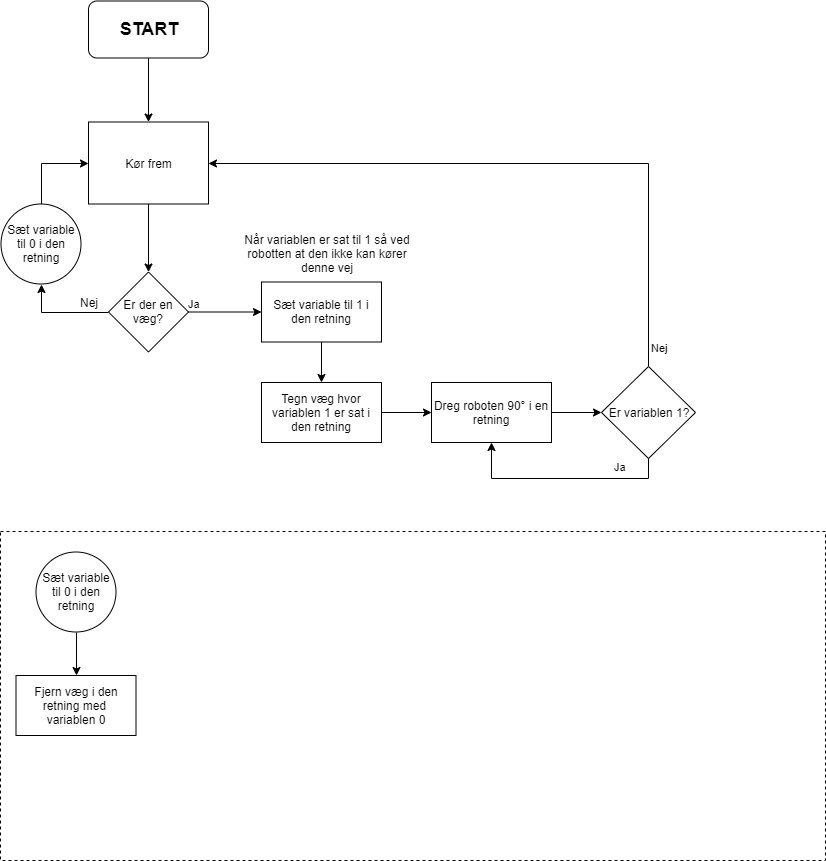
Above: img/EV3 - Weak AI Advanced.png in kasp470f/EV3-MazeAI (draw.io), before the change. Source tidied: cells renumbered, new cells last; positions are measured from the earlier drawing's top-left corner, leaving out a move shared by most shapes.
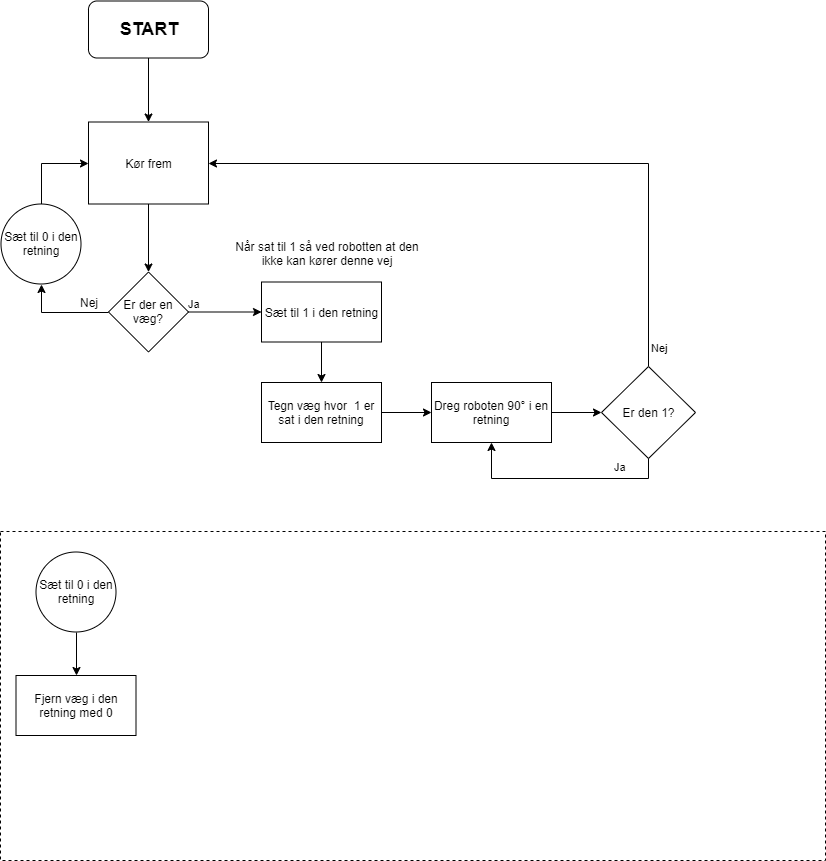
The same file after the commit.

What changed in the source:
```diff
@@ -39,13 +39,13 @@
     <mxCell id="12" style="edgeStyle=orthogonalEdgeStyle;rounded=0;jettySize=auto;html=1;" parent="1" edge="1" source="13" target="11">
       <mxGeometry relative="1" as="geometry" />
     </mxCell>
-    <mxCell id="13" value="Tegn væg hvor variablen 1 er sat i den retning" style="rounded=0;whiteSpace=wrap;html=1;" parent="1" vertex="1">
+    <mxCell id="13" value="Tegn væg hvor&amp;nbsp; 1 er sat i den retning" style="rounded=0;whiteSpace=wrap;html=1;" parent="1" vertex="1">
       <mxGeometry x="261" y="381" width="120" height="60" as="geometry" />
     </mxCell>
     <mxCell id="14" value="Nej" style="edgeStyle=orthogonalEdgeStyle;rounded=0;jettySize=auto;html=1;exitX=0.5;exitY=0;exitDx=0;exitDy=0;entryX=1;entryY=0.5;entryDx=0;entryDy=0;" parent="1" edge="1" source="15" target="4">
       <mxGeometry x="-0.94" y="-11" relative="1" as="geometry" />
     </mxCell>
-    <mxCell id="15" value="Er variablen 1?" style="rhombus;whiteSpace=wrap;html=1;" parent="1" vertex="1">
+    <mxCell id="15" value="Er den 1?" style="rhombus;whiteSpace=wrap;html=1;" parent="1" vertex="1">
       <mxGeometry x="601" y="365" width="94" height="92" as="geometry" />
     </mxCell>
     <mxCell id="16" value="Ja" style="edgeStyle=orthogonalEdgeStyle;rounded=0;jettySize=auto;html=1;entryX=0.5;entryY=1;entryDx=0;entryDy=0;exitX=0.5;exitY=1;exitDx=0;exitDy=0;" parent="1" edge="1" source="15" target="11">
@@ -57,25 +57,25 @@
     <mxCell id="18" style="edgeStyle=orthogonalEdgeStyle;rounded=0;jettySize=auto;html=1;" parent="1" edge="1" source="19" target="13">
       <mxGeometry relative="1" as="geometry" />
     </mxCell>
-    <mxCell id="19" value="&lt;span style=&quot;white-space: normal&quot;&gt;Sæt variable til 1 i den retning&lt;/span&gt;" style="rounded=0;whiteSpace=wrap;html=1;" parent="1" vertex="1">
+    <mxCell id="19" value="&lt;span style=&quot;white-space: normal&quot;&gt;Sæt&amp;nbsp;til 1 i den retning&lt;/span&gt;" style="rounded=0;whiteSpace=wrap;html=1;" parent="1" vertex="1">
       <mxGeometry x="261" y="280.5" width="120" height="60" as="geometry" />
     </mxCell>
-    <mxCell id="20" value="Når variablen er sat til 1 så ved robotten at den ikke kan kører denne vej" style="text;html=1;strokeColor=none;fillColor=none;align=center;verticalAlign=middle;whiteSpace=wrap;rounded=0;" parent="1" vertex="1">
+    <mxCell id="20" value="Når sat til 1 så ved robotten at den ikke kan kører denne vej" style="text;html=1;strokeColor=none;fillColor=none;align=center;verticalAlign=middle;whiteSpace=wrap;rounded=0;" parent="1" vertex="1">
       <mxGeometry x="230.5" y="242.5" width="192" height="20" as="geometry" />
     </mxCell>
     <mxCell id="21" style="edgeStyle=orthogonalEdgeStyle;rounded=0;jettySize=auto;html=1;exitX=0.5;exitY=0;exitDx=0;exitDy=0;entryX=0;entryY=0.5;entryDx=0;entryDy=0;" parent="1" edge="1" source="22" target="4">
       <mxGeometry relative="1" as="geometry" />
     </mxCell>
-    <mxCell id="22" value="Sæt variable til 0 i den retning" style="ellipse;whiteSpace=wrap;html=1;" parent="1" vertex="1">
+    <mxCell id="22" value="Sæt til 0 i den retning" style="ellipse;whiteSpace=wrap;html=1;" parent="1" vertex="1">
       <mxGeometry x="0.5" y="202.5" width="80" height="80" as="geometry" />
     </mxCell>
     <mxCell id="23" style="edgeStyle=orthogonalEdgeStyle;rounded=0;jettySize=auto;html=1;exitX=0.5;exitY=1;exitDx=0;exitDy=0;entryX=0.5;entryY=0;entryDx=0;entryDy=0;" parent="1" edge="1" source="24" target="25">
       <mxGeometry relative="1" as="geometry" />
     </mxCell>
-    <mxCell id="24" value="&lt;span style=&quot;white-space: normal&quot;&gt;Sæt variable til 0 i den retning&lt;/span&gt;" style="ellipse;whiteSpace=wrap;html=1;" parent="1" vertex="1">
+    <mxCell id="24" value="&lt;span style=&quot;white-space: normal&quot;&gt;Sæt til 0 i den retning&lt;/span&gt;" style="ellipse;whiteSpace=wrap;html=1;" parent="1" vertex="1">
       <mxGeometry x="35.5" y="550.5" width="80" height="80" as="geometry" />
     </mxCell>
-    <mxCell id="25" value="Fjern væg i den retning med &lt;br&gt;variablen 0" style="rounded=0;whiteSpace=wrap;html=1;" parent="1" vertex="1">
+    <mxCell id="25" value="Fjern væg i den retning med 0" style="rounded=0;whiteSpace=wrap;html=1;" parent="1" vertex="1">
       <mxGeometry x="15.5" y="674" width="120" height="60" as="geometry" />
     </mxCell>
   </root>
```
